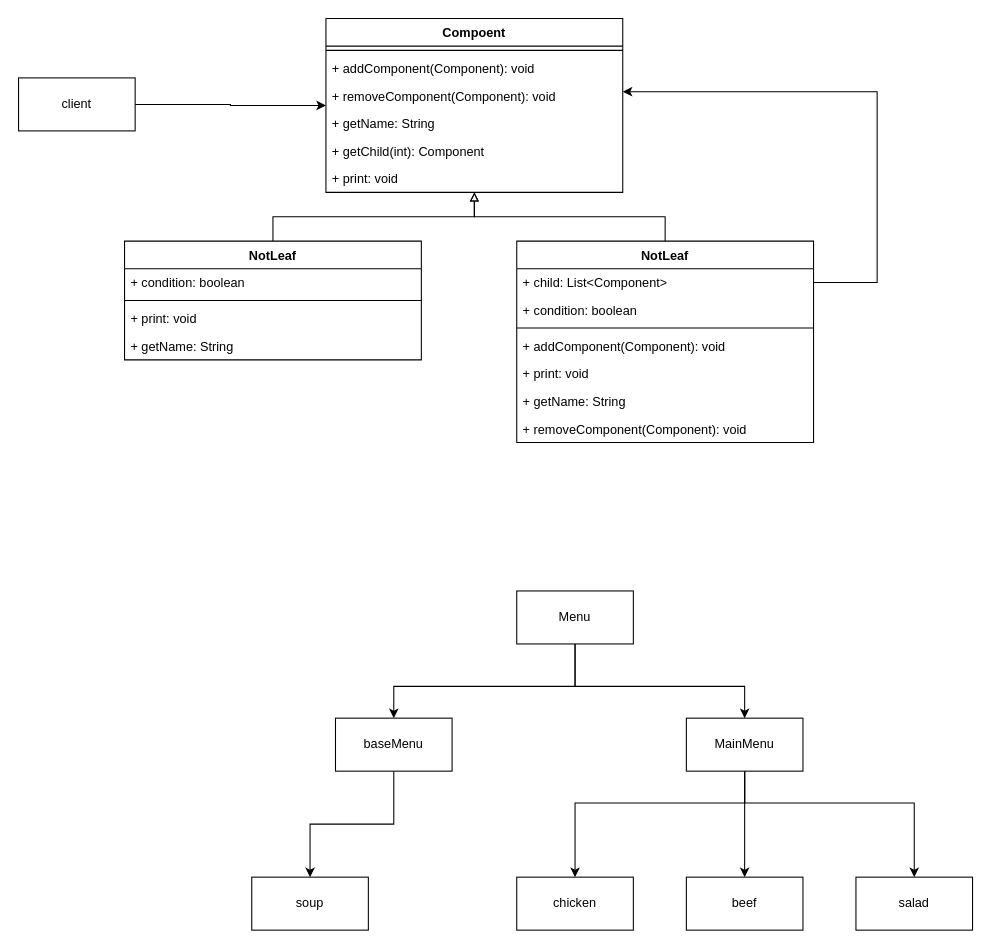
Earlier version of the draw.io diagram compositePattern/Composite.drawio (youngduck98/sampleOfDesignPattern). Source tidied: cells renumbered, new cells numbered last; positions are measured from the earlier drawing's top-left corner, leaving out a move shared by most shapes. Both pictures are drawn from the tidied source at 106%, with x=0, y=0 at pixel (18, 18).
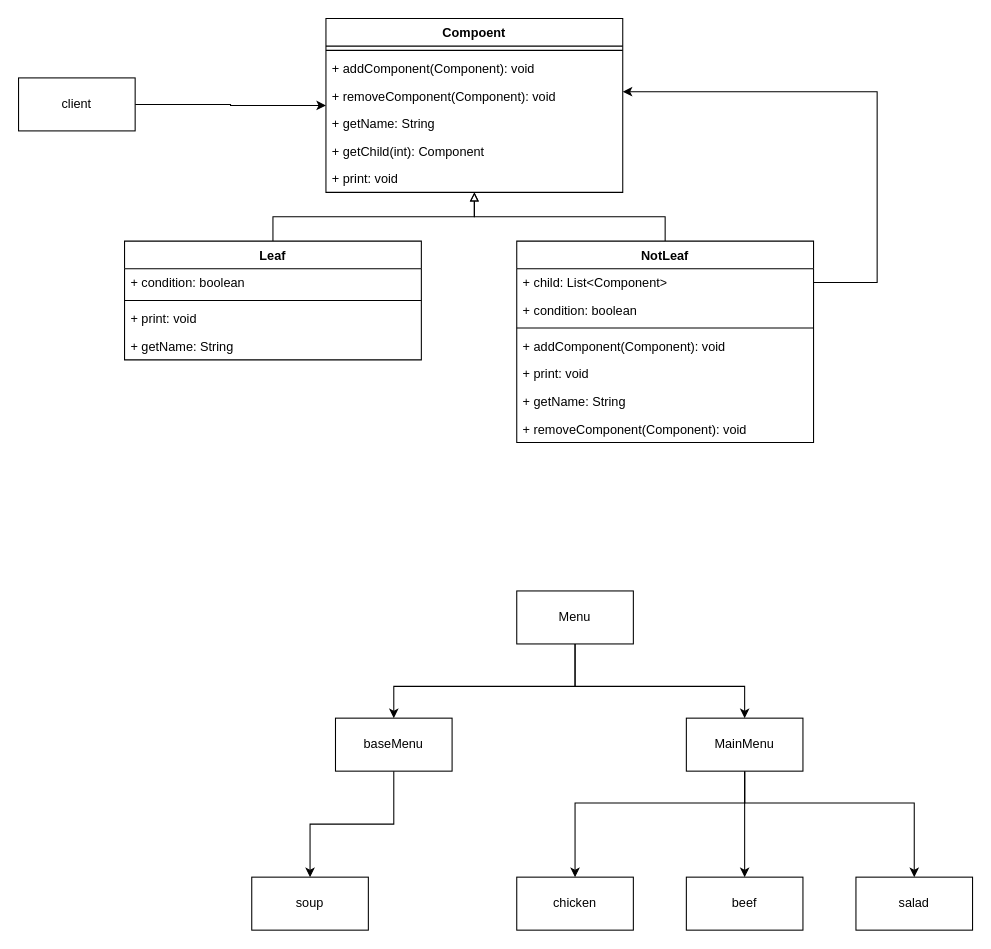
After the change.

What changed in the source:
```diff
@@
-    <mxCell id="20" value="NotLeaf" style="swimlane;fontStyle=1;align=center;verticalAlign=top;horizontal=1;startSize=26;whiteSpace=wrap;html=1;" parent="1" vertex="1">
+    <mxCell id="20" value="Leaf" style="swimlane;fontStyle=1;align=center;verticalAlign=top;horizontal=1;startSize=26;whiteSpace=wrap;html=1;" parent="1" vertex="1">
       <mxGeometry x="100" y="210" width="280" height="112" as="geometry" />
     </mxCell>
```
